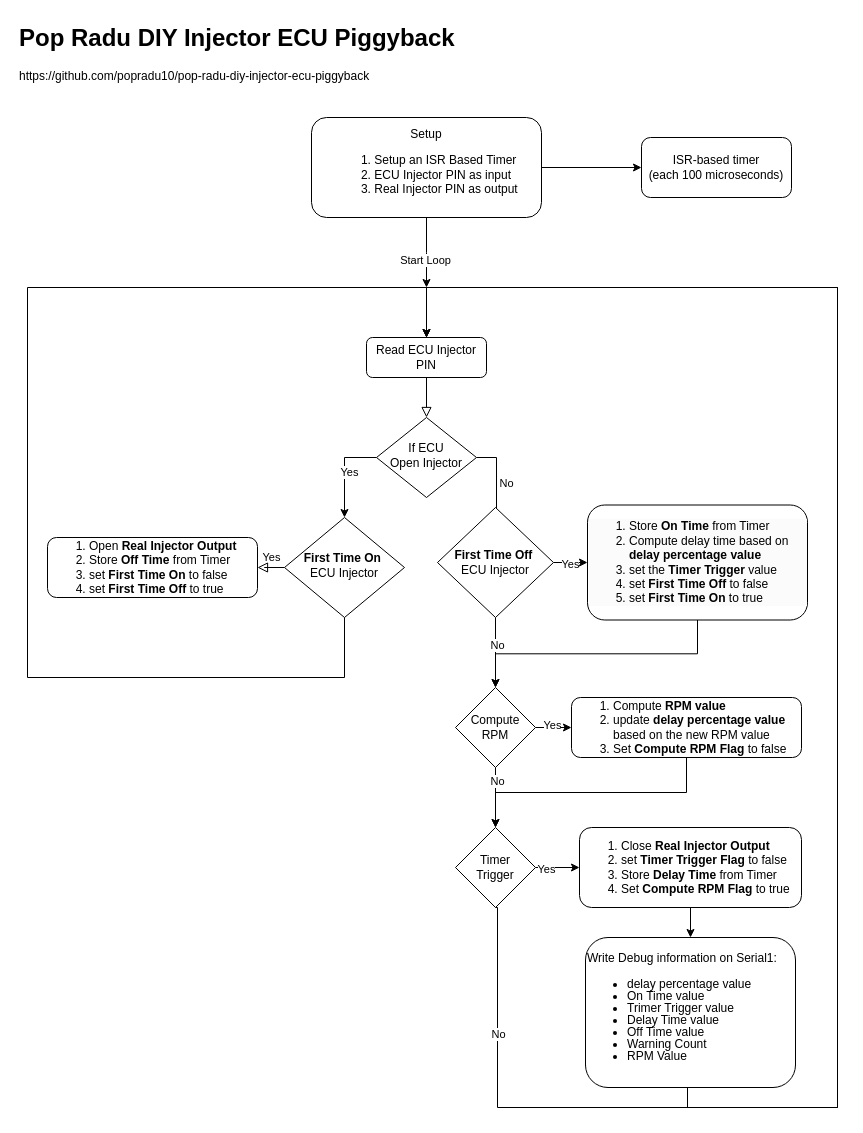
This is docs/diy-injector-ecu-piggyback.drawio.xml from popradu10/pop-radu-diy-injector-ecu-piggyback, a draw.io file, before an edit. Source tidied: cells renumbered, new cells numbered last; positions are measured from the earlier drawing's top-left corner, leaving out a move shared by most shapes. Both pictures are drawn from the tidied source at 100%, with x=0, y=0 at pixel (17, 17).
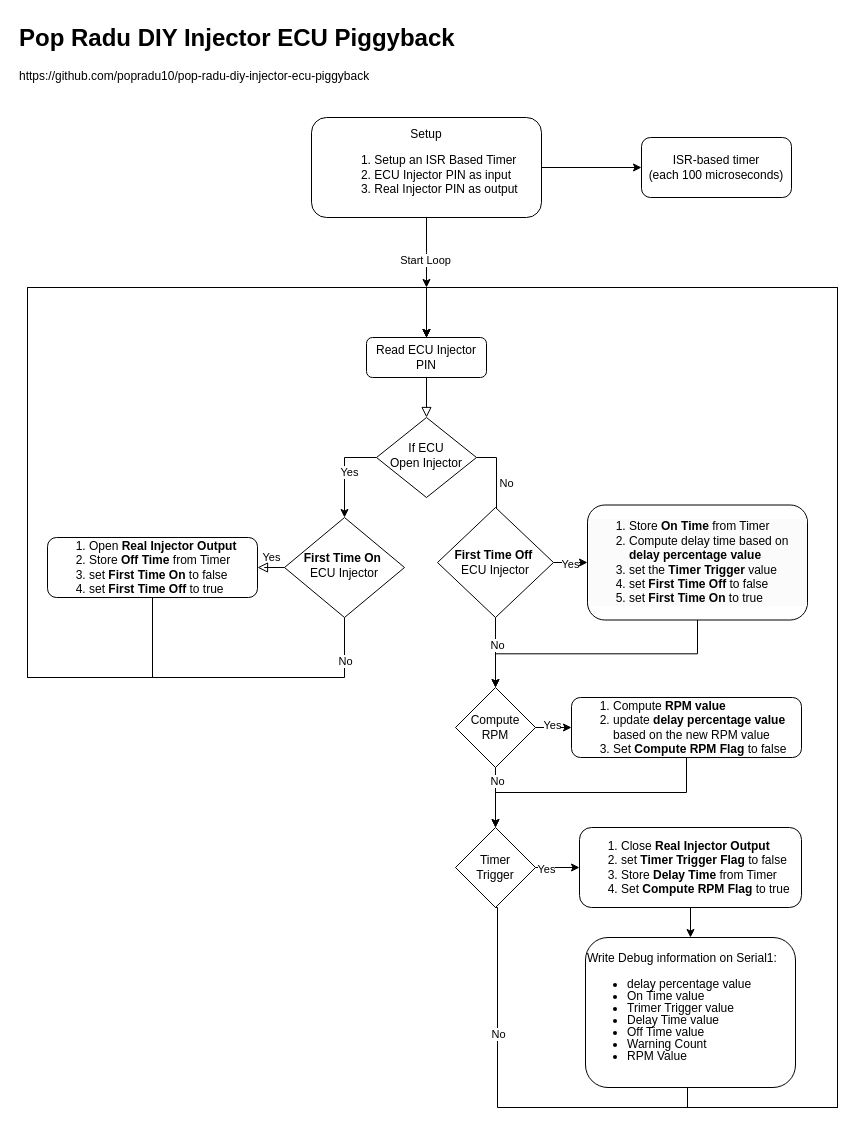
After the change.

Commit message (it also covers changes not shown here):
add Arduino code Flow Diagram

Unchanged cells that the change refers to:
```xml
<mxCell id="3" value="Read ECU Injector PIN" style="rounded=1;whiteSpace=wrap;html=1;fontSize=12;glass=0;strokeWidth=1;shadow=0;" parent="1" vertex="1">
  <mxGeometry x="349" y="320" width="120" height="40" as="geometry" />
</mxCell>
<mxCell id="10" style="edgeStyle=orthogonalEdgeStyle;rounded=0;jettySize=auto;html=1;exitX=0.5;exitY=1;exitDx=0;exitDy=0;entryX=0.5;entryY=0;entryDx=0;entryDy=0;" parent="1" edge="1" source="9" target="3">
  <mxGeometry relative="1" as="geometry">
    <Array as="points">
      <mxPoint x="327" y="660" />
      <mxPoint x="10" y="660" />
      <mxPoint x="10" y="270" />
      <mxPoint x="409" y="270" />
    </Array>
  </mxGeometry>
</mxCell>
<mxCell id="11" value="&lt;ol&gt;&lt;li&gt;Open &lt;b&gt;Real Injector Output&lt;/b&gt;&lt;/li&gt;&lt;li&gt;Store &lt;b&gt;Off Time &lt;/b&gt;from Timer&lt;/li&gt;&lt;li style=&quot;&quot;&gt;set &lt;b&gt;First Time On&lt;/b&gt; to false&lt;/li&gt;&lt;li&gt;set &lt;b&gt;First Time Off &lt;/b&gt;to true&lt;/li&gt;&lt;/ol&gt;" style="rounded=1;whiteSpace=wrap;html=1;fontSize=12;glass=0;strokeWidth=1;shadow=0;align=left;" parent="1" vertex="1">
  <mxGeometry x="30" y="520" width="210" height="60" as="geometry" />
</mxCell>
```

Diff of the diagram source:
```diff
@@
+    <mxCell id="41" value="No" style="edgeLabel;html=1;align=center;verticalAlign=middle;" parent="10" vertex="1">
+      <mxGeometry x="-0.93" relative="1" as="geometry" />
+    </mxCell>
+    <mxCell id="42" style="edgeStyle=orthogonalEdgeStyle;rounded=0;jettySize=auto;html=1;exitX=0.5;exitY=1;exitDx=0;exitDy=0;entryX=0.5;entryY=0;entryDx=0;entryDy=0;" parent="1" edge="1" source="11" target="3">
+      <mxGeometry relative="1" as="geometry">
+        <Array as="points">
+          <mxPoint x="135" y="660" />
+          <mxPoint x="10" y="660" />
+          <mxPoint x="10" y="270" />
+          <mxPoint x="409" y="270" />
+        </Array>
+      </mxGeometry>
+    </mxCell>
```
